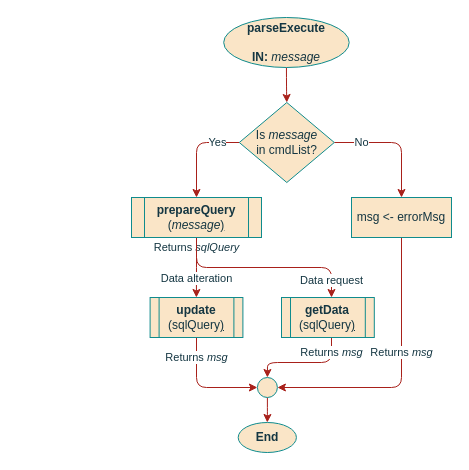
This is page "parseExecute" (14 of 14) of documentation/flowcharts/RS/RS.drawio from ESRGgroup9/slipad, a draw.io file, before an edit. Source tidied: cells renumbered, new cells numbered last; positions are measured from the earlier drawing's top-left corner, leaving out a move shared by most shapes. Both pictures are drawn from the tidied source at 100%, with x=0, y=0 at pixel (131, 17).
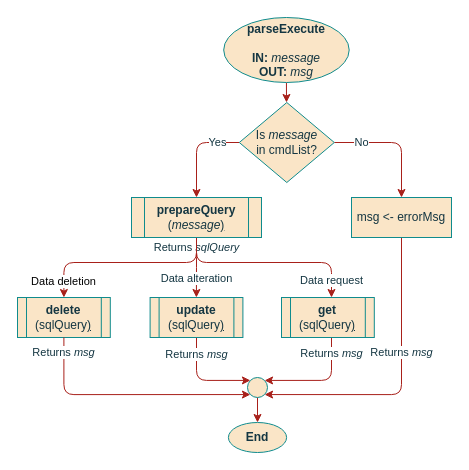
The same page after the edit.

The change refers to these unchanged cells:
```xml
<mxCell id="4" value="&lt;div&gt;&lt;b&gt;prepareQuery&lt;/b&gt;&lt;/div&gt;&lt;div&gt;(&lt;i&gt;message&lt;/i&gt;&lt;u&gt;)&lt;/u&gt;&lt;/div&gt;" style="shape=process;whiteSpace=wrap;html=1;backgroundOutline=1;rounded=0;sketch=0;fontColor=#143642;strokeColor=#0F8B8D;fillColor=#FAE5C7;" parent="1" vertex="1">
  <mxGeometry y="180" width="130" height="40" as="geometry" />
</mxCell>
<mxCell id="11" value="msg &amp;lt;- errorMsg" style="rounded=0;whiteSpace=wrap;html=1;sketch=0;fontColor=#143642;strokeColor=#0F8B8D;fillColor=#FAE5C7;" parent="1" vertex="1">
  <mxGeometry x="220" y="180" width="100" height="40" as="geometry" />
</mxCell>
<mxCell id="14" value="&lt;div&gt;&lt;b&gt;update&lt;/b&gt;&lt;/div&gt;&lt;div&gt;(sqlQuery&lt;u&gt;)&lt;/u&gt;&lt;/div&gt;" style="shape=process;whiteSpace=wrap;html=1;backgroundOutline=1;rounded=0;sketch=0;fontColor=#143642;strokeColor=#0F8B8D;fillColor=#FAE5C7;" parent="1" vertex="1">
  <mxGeometry x="18.6" y="280" width="92.8" height="40" as="geometry" />
</mxCell>
```

Change to the diagram source:
```diff
@@
     <mxCell id="3" value="Data request" style="edgeStyle=orthogonalEdgeStyle;curved=0;rounded=1;sketch=0;jettySize=auto;html=1;labelBackgroundColor=default;fontColor=#143642;strokeColor=#A8201A;fillColor=#FAE5C7;" parent="1" edge="1" source="4">
       <mxGeometry x="0.83" relative="1" as="geometry">
         <mxPoint x="200" y="280" as="targetPoint" />
         <Array as="points">
-          <mxPoint x="65" y="250" />
-          <mxPoint x="200" y="250" />
+          <mxPoint x="65" y="245" />
+          <mxPoint x="200" y="245" />
         </Array>
       </mxGeometry>
     </mxCell>
+    <mxCell id="20" value="Data deletion" style="edgeStyle=orthogonalEdgeStyle;rounded=1;jettySize=auto;html=1;entryX=0.5;entryY=0;entryDx=0;entryDy=0;strokeColor=#A8201A;" parent="1" edge="1" source="4" target="21">
+      <mxGeometry x="0.84" relative="1" as="geometry">
+        <Array as="points">
+          <mxPoint x="65" y="245" />
+          <mxPoint x="-68" y="245" />
+          <mxPoint x="-68" y="280" />
+        </Array>
+      </mxGeometry>
+    </mxCell>
@@
-    <mxCell id="6" value="&lt;div&gt;parseExecute&lt;/div&gt;&lt;div&gt;&lt;br&gt;&lt;/div&gt;&lt;div&gt;IN: &lt;span style=&quot;font-weight: normal&quot;&gt;&lt;i&gt;message&lt;/i&gt;&lt;/span&gt;&lt;br&gt;&lt;/div&gt;" style="ellipse;whiteSpace=wrap;html=1;fillColor=#FAE5C7;strokeColor=#0F8B8D;fontColor=#143642;fontStyle=1;" parent="1" vertex="1">
-      <mxGeometry x="92.2" width="125.5" height="50" as="geometry" />
+    <mxCell id="6" value="&lt;div&gt;parseExecute&lt;/div&gt;&lt;div&gt;&lt;br&gt;&lt;/div&gt;&lt;div&gt;IN: &lt;span style=&quot;font-weight: normal&quot;&gt;&lt;i&gt;message&lt;/i&gt;&lt;/span&gt;&lt;br&gt;&lt;/div&gt;&lt;div&gt;OUT: &lt;span style=&quot;font-weight: normal&quot;&gt;&lt;i&gt;msg&lt;/i&gt;&lt;/span&gt;&lt;/div&gt;" style="ellipse;whiteSpace=wrap;html=1;fillColor=#FAE5C7;strokeColor=#0F8B8D;fontColor=#143642;fontStyle=1;" parent="1" vertex="1">
+      <mxGeometry x="92.2" width="125.5" height="65" as="geometry" />
     </mxCell>
@@
-    <mxCell id="10" value="Returns &lt;i&gt;msg&lt;/i&gt;" style="edgeStyle=orthogonalEdgeStyle;curved=0;rounded=1;sketch=0;jettySize=auto;html=1;labelBackgroundColor=default;fontColor=#143642;strokeColor=#A8201A;fillColor=#FAE5C7;entryX=1;entryY=0.5;entryDx=0;entryDy=0;" parent="1" edge="1" source="11" target="18">
-      <mxGeometry x="-0.16" relative="1" as="geometry">
+    <mxCell id="10" value="Returns &lt;i&gt;msg&lt;/i&gt;" style="edgeStyle=orthogonalEdgeStyle;curved=0;rounded=1;sketch=0;jettySize=auto;html=1;labelBackgroundColor=default;fontColor=#143642;strokeColor=#A8201A;fillColor=#FAE5C7;entryX=1;entryY=1;entryDx=0;entryDy=0;" parent="1" edge="1" source="11" target="18">
+      <mxGeometry x="-0.22" relative="1" as="geometry">
         <Array as="points">
-          <mxPoint x="270" y="370" />
+          <mxPoint x="270" y="377" />
         </Array>
       </mxGeometry>
     </mxCell>
@@
-    <mxCell id="13" value="Returns &lt;i&gt;msg&lt;/i&gt;" style="edgeStyle=orthogonalEdgeStyle;curved=0;rounded=1;sketch=0;jettySize=auto;html=1;labelBackgroundColor=default;fontColor=#143642;strokeColor=#A8201A;fillColor=#FAE5C7;" parent="1" edge="1" source="14" target="18">
+    <mxCell id="13" value="Returns &lt;i&gt;msg&lt;/i&gt;" style="edgeStyle=orthogonalEdgeStyle;curved=0;rounded=1;sketch=0;jettySize=auto;html=1;labelBackgroundColor=default;fontColor=#143642;strokeColor=#A8201A;fillColor=#FAE5C7;entryX=0;entryY=0;entryDx=0;entryDy=0;" parent="1" edge="1" source="14" target="18">
       <mxGeometry x="-0.64" relative="1" as="geometry">
         <Array as="points">
-          <mxPoint x="65" y="370" />
+          <mxPoint x="65" y="363" />
         </Array>
       </mxGeometry>
     </mxCell>
@@
-    <mxCell id="15" value="Returns &lt;i&gt;msg&lt;/i&gt;" style="edgeStyle=orthogonalEdgeStyle;curved=0;rounded=1;sketch=0;jettySize=auto;html=1;labelBackgroundColor=default;fontColor=#143642;strokeColor=#A8201A;fillColor=#FAE5C7;" parent="1" edge="1" source="16" target="18">
+    <mxCell id="15" value="Returns &lt;i&gt;msg&lt;/i&gt;" style="edgeStyle=orthogonalEdgeStyle;curved=0;rounded=1;sketch=0;jettySize=auto;html=1;labelBackgroundColor=default;fontColor=#143642;strokeColor=#A8201A;fillColor=#FAE5C7;entryX=1;entryY=0;entryDx=0;entryDy=0;" parent="1" edge="1" source="16" target="18">
       <mxGeometry x="-0.71" relative="1" as="geometry">
         <Array as="points">
-          <mxPoint x="200" y="345" />
-          <mxPoint x="136" y="345" />
+          <mxPoint x="200" y="363" />
         </Array>
       </mxGeometry>
     </mxCell>
-    <mxCell id="16" value="&lt;div&gt;&lt;b&gt;getData&lt;/b&gt;&lt;/div&gt;&lt;div&gt;(sqlQuery&lt;u&gt;)&lt;/u&gt;&lt;/div&gt;" style="shape=process;whiteSpace=wrap;html=1;backgroundOutline=1;rounded=0;sketch=0;fontColor=#143642;strokeColor=#0F8B8D;fillColor=#FAE5C7;" parent="1" vertex="1">
+    <mxCell id="16" value="&lt;div&gt;&lt;b&gt;get&lt;/b&gt;&lt;/div&gt;&lt;div&gt;(sqlQuery&lt;u&gt;)&lt;/u&gt;&lt;/div&gt;" style="shape=process;whiteSpace=wrap;html=1;backgroundOutline=1;rounded=0;sketch=0;fontColor=#143642;strokeColor=#0F8B8D;fillColor=#FAE5C7;" parent="1" vertex="1">
       <mxGeometry x="150" y="280" width="92.8" height="40" as="geometry" />
     </mxCell>
@@
     <mxCell id="18" style="ellipse;whiteSpace=wrap;html=1;rounded=0;labelBackgroundColor=none;sketch=0;fontColor=#143642;strokeColor=#0F8B8D;fillColor=#FAE5C7;" parent="1" vertex="1">
-      <mxGeometry x="125.9" y="360" width="20" height="20" as="geometry" />
+      <mxGeometry x="116" y="360" width="20" height="20" as="geometry" />
     </mxCell>
     <mxCell id="19" value="End" style="ellipse;whiteSpace=wrap;html=1;fillColor=#FAE5C7;strokeColor=#0F8B8D;fontColor=#143642;fontStyle=1;" parent="1" vertex="1">
-      <mxGeometry x="106.7" y="405" width="58.2" height="30" as="geometry" />
+      <mxGeometry x="96.9" y="405" width="58.2" height="30" as="geometry" />
     </mxCell>
+    <mxCell id="21" value="&lt;div&gt;&lt;b&gt;delete&lt;/b&gt;&lt;/div&gt;&lt;div&gt;(sqlQuery&lt;u&gt;)&lt;/u&gt;&lt;/div&gt;" style="shape=process;whiteSpace=wrap;html=1;backgroundOutline=1;rounded=0;sketch=0;fontColor=#143642;strokeColor=#0F8B8D;fillColor=#FAE5C7;" parent="1" vertex="1">
+      <mxGeometry x="-114" y="280" width="92.8" height="40" as="geometry" />
+    </mxCell>
+    <mxCell id="22" value="Returns &lt;i&gt;msg&lt;/i&gt;" style="edgeStyle=orthogonalEdgeStyle;curved=0;rounded=1;sketch=0;jettySize=auto;html=1;labelBackgroundColor=default;fontColor=#143642;strokeColor=#A8201A;fillColor=#FAE5C7;entryX=0;entryY=1;entryDx=0;entryDy=0;" parent="1" edge="1" source="21" target="18">
+      <mxGeometry x="-0.88" relative="1" as="geometry">
+        <Array as="points">
+          <mxPoint x="-68" y="377" />
+        </Array>
+      </mxGeometry>
+    </mxCell>
```
